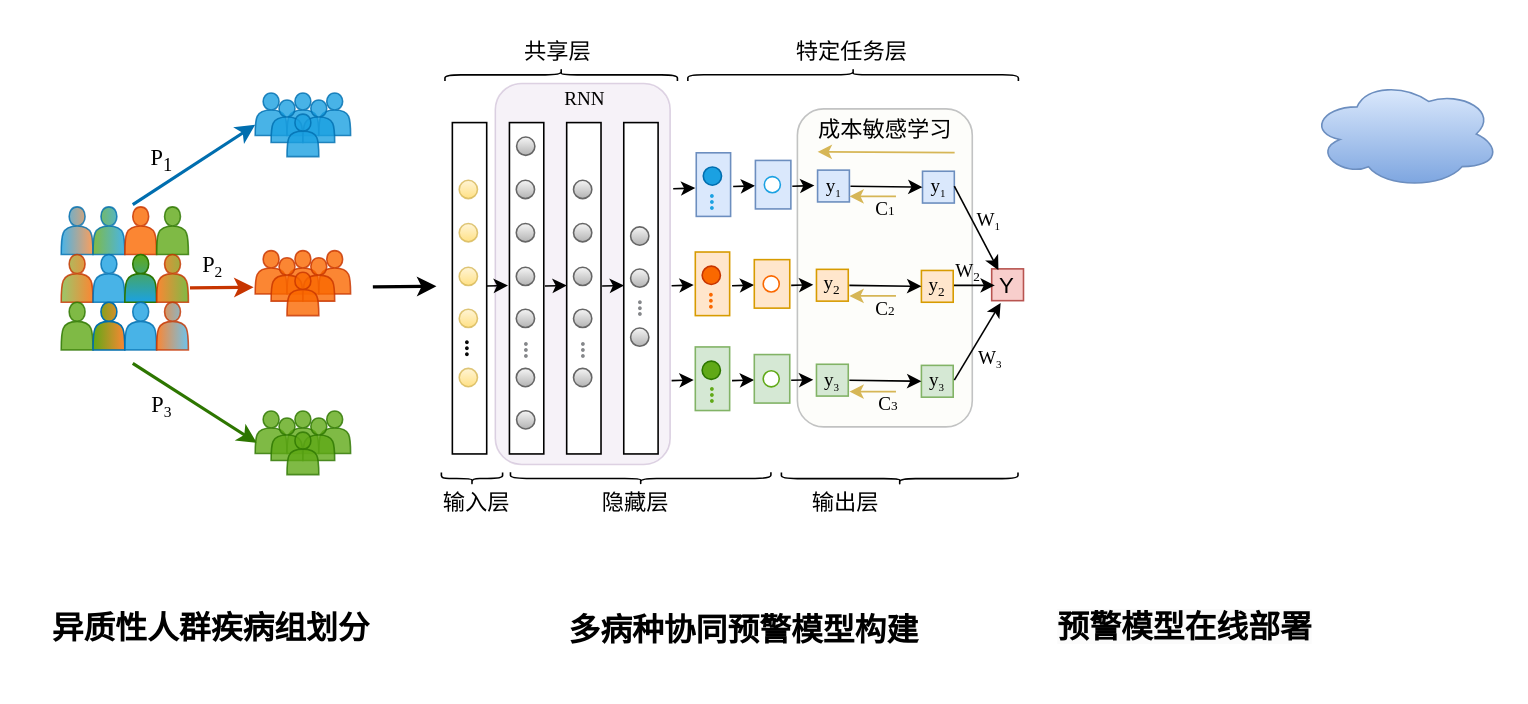
The draw.io diagram 3.2.drawio in wednesday1111/FIB-4, before the edit. Source tidied: cells renumbered, new cells numbered last; positions are measured from the earlier drawing's top-left corner, leaving out a move shared by most shapes. Both pictures are drawn from the tidied source at 159%, with x=0, y=0 at pixel (27, -91).
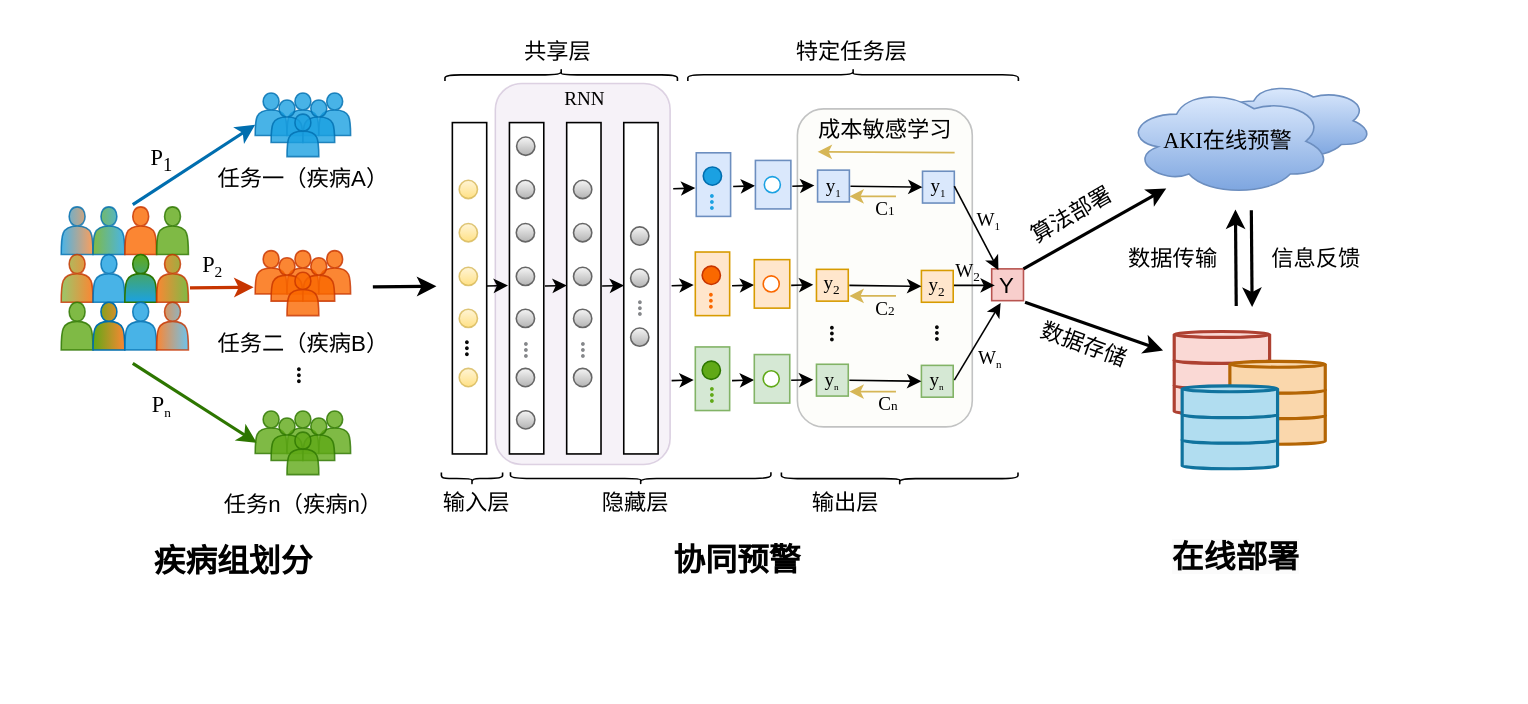
The same page after the edit.

The change refers to these unchanged cells:
```xml
<mxCell id="21" value="Y" style="rounded=0;whiteSpace=wrap;html=1;fillColor=#f8cecc;strokeColor=#b85450;fontSize=14;" parent="1" vertex="1">
  <mxGeometry x="606.2" y="225.6" width="20" height="20" as="geometry" />
</mxCell>
```

Diff of the diagram source:
```diff
@@
+    <mxCell id="138" style="ellipse;shape=cloud;whiteSpace=wrap;html=1;fillColor=#dae8fc;strokeColor=#6c8ebf;gradientColor=#7ea6e0;" parent="1" vertex="1">
+      <mxGeometry x="746" y="107.5" width="100" height="49.9" as="geometry" />
+    </mxCell>
+    <mxCell id="137" value="&lt;font style=&quot;font-size: 14px;&quot;&gt;&lt;font style=&quot;font-size: 14px;&quot; face=&quot;Times New Roman&quot;&gt;AKI&lt;/font&gt;&lt;font face=&quot;宋体&quot; style=&quot;font-size: 14px;&quot;&gt;在线&lt;/font&gt;&lt;font style=&quot;font-size: 14px;&quot; face=&quot;宋体&quot;&gt;预警&lt;/font&gt;&lt;/font&gt;" style="ellipse;shape=cloud;whiteSpace=wrap;html=1;fillColor=#dae8fc;strokeColor=#6c8ebf;gradientColor=#7ea6e0;" parent="1" vertex="1">
+      <mxGeometry x="690" y="111.2" width="130" height="68.4" as="geometry" />
+    </mxCell>
@@
-    <mxCell id="4" value="&lt;font face=&quot;宋体&quot;&gt;&lt;span style=&quot;font-size: 20px;&quot;&gt;&lt;b&gt;异质性人群疾病组划分&lt;/b&gt;&lt;/span&gt;&lt;/font&gt;" style="text;html=1;align=center;verticalAlign=middle;strokeColor=none;fillColor=none;" parent="1" vertex="1">
-      <mxGeometry y="431" width="230" height="40" as="geometry" />
+    <mxCell id="4" value="&lt;font face=&quot;宋体&quot;&gt;&lt;span style=&quot;font-size: 20px;&quot;&gt;&lt;b&gt;疾病组划分&lt;/b&gt;&lt;/span&gt;&lt;/font&gt;" style="text;html=1;align=center;verticalAlign=middle;strokeColor=none;fillColor=none;" parent="1" vertex="1">
+      <mxGeometry x="64" y="388.6" width="130" height="40" as="geometry" />
     </mxCell>
-    <mxCell id="5" value="&lt;font face=&quot;宋体&quot;&gt;&lt;span style=&quot;font-size: 20px;&quot;&gt;&lt;b&gt;多病种协同预警模型构建&lt;/b&gt;&lt;/span&gt;&lt;/font&gt;" style="text;html=1;align=center;verticalAlign=middle;strokeColor=none;fillColor=none;" parent="1" vertex="1">
-      <mxGeometry x="324.5" y="431.8" width="250" height="40" as="geometry" />
+    <mxCell id="5" value="&lt;font face=&quot;宋体&quot;&gt;&lt;span style=&quot;font-size: 20px;&quot;&gt;&lt;b&gt;协同预警&lt;/b&gt;&lt;/span&gt;&lt;/font&gt;" style="text;html=1;align=center;verticalAlign=middle;strokeColor=none;fillColor=none;" parent="1" vertex="1">
+      <mxGeometry x="390.7" y="387.6" width="110" height="40" as="geometry" />
     </mxCell>
@@
-    <mxCell id="100" value="&lt;font style=&quot;font-size: 14px;&quot; face=&quot;Times New Roman&quot;&gt;P&lt;/font&gt;&lt;font style=&quot;font-size: 11.6667px;&quot; face=&quot;Times New Roman&quot;&gt;&lt;sub&gt;3&lt;/sub&gt;&lt;/font&gt;" style="text;html=1;align=center;verticalAlign=middle;strokeColor=none;fillColor=none;" parent="1" vertex="1">
+    <mxCell id="100" value="&lt;font style=&quot;font-size: 14px;&quot; face=&quot;Times New Roman&quot;&gt;P&lt;/font&gt;&lt;font size=&quot;1&quot; style=&quot;&quot; face=&quot;Times New Roman&quot;&gt;&lt;sub&gt;n&lt;/sub&gt;&lt;/font&gt;" style="text;html=1;align=center;verticalAlign=middle;strokeColor=none;fillColor=none;" parent="1" vertex="1">
       <mxGeometry x="64" y="296.5" width="40" height="30" as="geometry" />
     </mxCell>
@@
-    <mxCell id="104" value="&lt;font face=&quot;Times New Roman&quot;&gt;W&lt;span style=&quot;font-size: 8.33333px;&quot;&gt;&lt;sub&gt;3&lt;/sub&gt;&lt;/span&gt;&lt;/font&gt;" style="text;html=1;align=center;verticalAlign=middle;strokeColor=none;fillColor=none;" parent="1" vertex="1">
+    <mxCell id="104" value="&lt;font face=&quot;Times New Roman&quot;&gt;W&lt;span style=&quot;font-size: 8.33333px;&quot;&gt;&lt;sub&gt;n&lt;/sub&gt;&lt;/span&gt;&lt;/font&gt;" style="text;html=1;align=center;verticalAlign=middle;strokeColor=none;fillColor=none;" parent="1" vertex="1">
       <mxGeometry x="585" y="266.5" width="40" height="30" as="geometry" />
     </mxCell>
-    <mxCell id="105" value="&lt;font face=&quot;Times New Roman&quot;&gt;y&lt;span style=&quot;font-size: 8.33333px;&quot;&gt;&lt;sub&gt;3&lt;/sub&gt;&lt;/span&gt;&lt;/font&gt;" style="rounded=0;whiteSpace=wrap;html=1;fillColor=#d5e8d4;strokeColor=#82b366;" parent="1" vertex="1">
+    <mxCell id="105" value="&lt;font face=&quot;Times New Roman&quot;&gt;y&lt;span style=&quot;font-size: 6.94444px;&quot;&gt;&lt;sub&gt;n&lt;/sub&gt;&lt;/span&gt;&lt;/font&gt;" style="rounded=0;whiteSpace=wrap;html=1;fillColor=#d5e8d4;strokeColor=#82b366;" parent="1" vertex="1">
       <mxGeometry x="562" y="286.3" width="20" height="20" as="geometry" />
     </mxCell>
@@
-    <mxCell id="123" value="&lt;font face=&quot;Times New Roman&quot;&gt;y&lt;span style=&quot;font-size: 8.33333px;&quot;&gt;&lt;sub&gt;3&lt;/sub&gt;&lt;/span&gt;&lt;/font&gt;" style="rounded=0;whiteSpace=wrap;html=1;fillColor=#d5e8d4;strokeColor=#82b366;" parent="1" vertex="1">
+    <mxCell id="123" value="&lt;font face=&quot;Times New Roman&quot;&gt;y&lt;span style=&quot;font-size: 6.94444px;&quot;&gt;&lt;sub&gt;n&lt;/sub&gt;&lt;/span&gt;&lt;/font&gt;" style="rounded=0;whiteSpace=wrap;html=1;fillColor=#d5e8d4;strokeColor=#82b366;" parent="1" vertex="1">
       <mxGeometry x="496" y="285.6" width="20" height="20" as="geometry" />
     </mxCell>
@@
-    <mxCell id="135" value="&lt;font face=&quot;Times New Roman&quot;&gt;&lt;sub style=&quot;&quot;&gt;&lt;span style=&quot;font-size: 12px;&quot;&gt;C&lt;/span&gt;&lt;span style=&quot;font-size: 8.33333px;&quot;&gt;3&lt;/span&gt;&lt;/sub&gt;&lt;/font&gt;" style="text;html=1;align=center;verticalAlign=middle;strokeColor=none;fillColor=none;" parent="1" vertex="1">
+    <mxCell id="135" value="&lt;font face=&quot;Times New Roman&quot;&gt;&lt;sub style=&quot;&quot;&gt;&lt;span style=&quot;font-size: 12px;&quot;&gt;C&lt;/span&gt;&lt;span style=&quot;font-size: 8.33333px;&quot;&gt;n&lt;/span&gt;&lt;/sub&gt;&lt;/font&gt;" style="text;html=1;align=center;verticalAlign=middle;strokeColor=none;fillColor=none;" parent="1" vertex="1">
       <mxGeometry x="521" y="294.4" width="40" height="30" as="geometry" />
     </mxCell>
-    <mxCell id="136" value="&lt;b style=&quot;forced-color-adjust: none; color: rgb(0, 0, 0); font-family: 宋体; font-size: 20px; font-style: normal; font-variant-ligatures: normal; font-variant-caps: normal; letter-spacing: normal; orphans: 2; text-align: center; text-indent: 0px; text-transform: none; widows: 2; word-spacing: 0px; -webkit-text-stroke-width: 0px; white-space: nowrap; background-color: rgb(251, 251, 251); text-decoration-thickness: initial; text-decoration-style: initial; text-decoration-color: initial;&quot;&gt;预警模型在线部署&lt;/b&gt;" style="text;whiteSpace=wrap;html=1;" parent="1" vertex="1">
-      <mxGeometry x="646" y="431.8" width="260" height="50" as="geometry" />
+    <mxCell id="136" value="&lt;b style=&quot;forced-color-adjust: none; color: rgb(0, 0, 0); font-family: 宋体; font-size: 20px; font-style: normal; font-variant-ligatures: normal; font-variant-caps: normal; letter-spacing: normal; orphans: 2; text-align: center; text-indent: 0px; text-transform: none; widows: 2; word-spacing: 0px; -webkit-text-stroke-width: 0px; white-space: nowrap; background-color: rgb(251, 251, 251); text-decoration-thickness: initial; text-decoration-style: initial; text-decoration-color: initial;&quot;&gt;在线部署&lt;/b&gt;" style="text;whiteSpace=wrap;html=1;" parent="1" vertex="1">
+      <mxGeometry x="718" y="387.6" width="86" height="50" as="geometry" />
     </mxCell>
-    <mxCell id="137" style="ellipse;shape=cloud;whiteSpace=wrap;html=1;fillColor=#dae8fc;strokeColor=#6c8ebf;gradientColor=#7ea6e0;" parent="1" vertex="1">
-      <mxGeometry x="806" y="106.6" width="120" height="68.4" as="geometry" />
-    </mxCell>
+    <mxCell id="139" style="endArrow=classic;html=1;rounded=0;entryX=0.671;entryY=0.969;entryDx=0;entryDy=0;strokeWidth=2;entryPerimeter=0;" parent="1" edge="1">
+      <mxGeometry relative="1" as="geometry">
+        <mxPoint x="760" y="249" as="sourcePoint" />
+        <mxPoint x="759.5" y="188.2" as="targetPoint" />
+      </mxGeometry>
+    </mxCell>
+    <mxCell id="140" style="endArrow=classic;html=1;rounded=0;entryX=0.671;entryY=0.969;entryDx=0;entryDy=0;strokeWidth=2;entryPerimeter=0;" parent="1" edge="1">
+      <mxGeometry relative="1" as="geometry">
+        <mxPoint x="769.5" y="188.8" as="sourcePoint" />
+        <mxPoint x="770" y="249.6" as="targetPoint" />
+      </mxGeometry>
+    </mxCell>
+    <mxCell id="141" value="&lt;font face=&quot;宋体&quot;&gt;&lt;span style=&quot;font-size: 14px;&quot;&gt;信息反馈&lt;/span&gt;&lt;/font&gt;" style="text;html=1;align=center;verticalAlign=middle;strokeColor=none;fillColor=none;" parent="1" vertex="1">
+      <mxGeometry x="770" y="204.1" width="80" height="30" as="geometry" />
+    </mxCell>
+    <mxCell id="142" value="&lt;span style=&quot;font-size: 14px;&quot;&gt;&lt;font face=&quot;宋体&quot;&gt;任务一（疾病A）&lt;/font&gt;&lt;/span&gt;" style="text;html=1;align=center;verticalAlign=middle;strokeColor=none;fillColor=none;" parent="1" vertex="1">
+      <mxGeometry x="108" y="154.2" width="130" height="30" as="geometry" />
+    </mxCell>
+    <mxCell id="143" value="&lt;font face=&quot;宋体&quot;&gt;&lt;span style=&quot;font-size: 14px;&quot;&gt;任务二（疾病B）&lt;/span&gt;&lt;/font&gt;" style="text;html=1;align=center;verticalAlign=middle;strokeColor=none;fillColor=none;" parent="1" vertex="1">
+      <mxGeometry x="108" y="258.2" width="130" height="30" as="geometry" />
+    </mxCell>
+    <mxCell id="144" value="&lt;font face=&quot;宋体&quot;&gt;&lt;span style=&quot;font-size: 14px;&quot;&gt;任务n（疾病n）&lt;/span&gt;&lt;/font&gt;" style="text;html=1;align=center;verticalAlign=middle;strokeColor=none;fillColor=none;" parent="1" vertex="1">
+      <mxGeometry x="113" y="358.6" width="120" height="30" as="geometry" />
+    </mxCell>
+    <mxCell id="145" value="&lt;b&gt;&lt;font color=&quot;#080808&quot; style=&quot;font-size: 15px;&quot; face=&quot;Times New Roman&quot;&gt;...&lt;/font&gt;&lt;/b&gt;" style="text;html=1;align=center;verticalAlign=middle;strokeColor=none;fillColor=none;rotation=90;" parent="1" vertex="1">
+      <mxGeometry x="160.6" y="277.1" width="30" height="30" as="geometry" />
+    </mxCell>
+    <mxCell id="146" value="&lt;font face=&quot;宋体&quot;&gt;&lt;span style=&quot;font-size: 14px;&quot;&gt;数据传输&lt;/span&gt;&lt;/font&gt;" style="text;html=1;align=center;verticalAlign=middle;strokeColor=none;fillColor=none;" parent="1" vertex="1">
+      <mxGeometry x="680" y="204.1" width="80" height="30" as="geometry" />
+    </mxCell>
+    <mxCell id="147" style="endArrow=classic;html=1;rounded=0;strokeWidth=2;exitX=1;exitY=0;exitDx=0;exitDy=0;" parent="1" edge="1" source="21">
+      <mxGeometry relative="1" as="geometry">
+        <mxPoint x="716" y="175" as="targetPoint" />
+      </mxGeometry>
+    </mxCell>
+    <mxCell id="148" style="endArrow=classic;html=1;rounded=0;strokeWidth=2;entryX=0.4;entryY=-0.117;entryDx=0;entryDy=0;entryPerimeter=0;" parent="1" edge="1" target="153">
+      <mxGeometry relative="1" as="geometry">
+        <mxPoint x="627.2" y="246.6" as="sourcePoint" />
+      </mxGeometry>
+    </mxCell>
+    <mxCell id="149" style="group;" parent="1" vertex="1">
+      <mxGeometry x="706" y="265" width="110" height="86.3" as="geometry" />
+    </mxCell>
+    <mxCell id="150" style="group;" parent="149" vertex="1">
+      <mxGeometry width="60" height="52.1" as="geometry" />
+    </mxCell>
+    <mxCell id="151" style="strokeWidth=2;html=1;shape=mxgraph.flowchart.direct_data;whiteSpace=wrap;rotation=-90;fillColor=#fad9d5;strokeColor=#ae4132;" parent="150" vertex="1">
+      <mxGeometry x="35" y="12.1" width="20" height="60" as="geometry" />
+    </mxCell>
+    <mxCell id="152" style="strokeWidth=2;html=1;shape=mxgraph.flowchart.direct_data;whiteSpace=wrap;rotation=-90;fillColor=#fad9d5;strokeColor=#ae4132;" parent="150" vertex="1">
+      <mxGeometry x="35" y="-4" width="20" height="60" as="geometry" />
+    </mxCell>
+    <mxCell id="153" style="strokeWidth=2;html=1;shape=mxgraph.flowchart.direct_data;whiteSpace=wrap;rotation=-90;fillColor=#fad9d5;strokeColor=#ae4132;" parent="150" vertex="1">
+      <mxGeometry x="35" y="-20" width="20" height="60" as="geometry" />
+    </mxCell>
+    <mxCell id="154" style="group;" parent="149" vertex="1">
+      <mxGeometry x="50" y="18.8" width="60" height="52.1" as="geometry" />
+    </mxCell>
+    <mxCell id="155" style="strokeWidth=2;html=1;shape=mxgraph.flowchart.direct_data;whiteSpace=wrap;rotation=-90;fillColor=#fad7ac;strokeColor=#b46504;" parent="154" vertex="1">
+      <mxGeometry x="20" y="12.1" width="20" height="60" as="geometry" />
+    </mxCell>
+    <mxCell id="156" style="strokeWidth=2;html=1;shape=mxgraph.flowchart.direct_data;whiteSpace=wrap;rotation=-90;fillColor=#fad7ac;strokeColor=#b46504;" parent="154" vertex="1">
+      <mxGeometry x="20" y="-4" width="20" height="60" as="geometry" />
+    </mxCell>
+    <mxCell id="157" style="strokeWidth=2;html=1;shape=mxgraph.flowchart.direct_data;whiteSpace=wrap;rotation=-90;fillColor=#fad7ac;strokeColor=#b46504;" parent="154" vertex="1">
+      <mxGeometry x="20" y="-20" width="20" height="60" as="geometry" />
+    </mxCell>
+    <mxCell id="158" style="strokeWidth=2;html=1;shape=mxgraph.flowchart.direct_data;whiteSpace=wrap;rotation=-90;fillColor=#b1ddf0;strokeColor=#10739e;" parent="149" vertex="1">
+      <mxGeometry x="40" y="46.3" width="20" height="60" as="geometry" />
+    </mxCell>
+    <mxCell id="159" style="strokeWidth=2;html=1;shape=mxgraph.flowchart.direct_data;whiteSpace=wrap;rotation=-90;fillColor=#b1ddf0;strokeColor=#10739e;" parent="149" vertex="1">
+      <mxGeometry x="40" y="30.2" width="20" height="60" as="geometry" />
+    </mxCell>
+    <mxCell id="160" style="strokeWidth=2;html=1;shape=mxgraph.flowchart.direct_data;whiteSpace=wrap;rotation=-90;fillColor=#b1ddf0;strokeColor=#10739e;" parent="149" vertex="1">
+      <mxGeometry x="40" y="14.2" width="20" height="60" as="geometry" />
+    </mxCell>
+    <mxCell id="161" value="&lt;font face=&quot;宋体&quot;&gt;&lt;span style=&quot;font-size: 14px;&quot;&gt;数据存储&lt;/span&gt;&lt;/font&gt;" style="text;html=1;align=center;verticalAlign=middle;strokeColor=none;fillColor=none;rotation=20;" parent="1" vertex="1">
+      <mxGeometry x="623.7" y="258.2" width="80" height="30" as="geometry" />
+    </mxCell>
+    <mxCell id="162" value="&lt;font face=&quot;宋体&quot;&gt;&lt;span style=&quot;font-size: 14px;&quot;&gt;算法部署&lt;/span&gt;&lt;/font&gt;" style="text;html=1;align=center;verticalAlign=middle;strokeColor=none;fillColor=none;rotation=-30;" parent="1" vertex="1">
+      <mxGeometry x="616" y="176.7" width="80" height="30" as="geometry" />
+    </mxCell>
+    <mxCell id="163" value="&lt;b&gt;&lt;font color=&quot;#080808&quot; style=&quot;font-size: 15px;&quot; face=&quot;Times New Roman&quot;&gt;...&lt;/font&gt;&lt;/b&gt;" style="text;html=1;align=center;verticalAlign=middle;strokeColor=none;fillColor=none;rotation=90;" parent="1" vertex="1">
+      <mxGeometry x="495.7" y="251" width="30" height="30" as="geometry" />
+    </mxCell>
+    <mxCell id="164" value="&lt;b&gt;&lt;font color=&quot;#080808&quot; style=&quot;font-size: 15px;&quot; face=&quot;Times New Roman&quot;&gt;...&lt;/font&gt;&lt;/b&gt;" style="text;html=1;align=center;verticalAlign=middle;strokeColor=none;fillColor=none;rotation=90;" parent="1" vertex="1">
+      <mxGeometry x="562" y="251" width="30" height="30" as="geometry" />
+    </mxCell>
```
